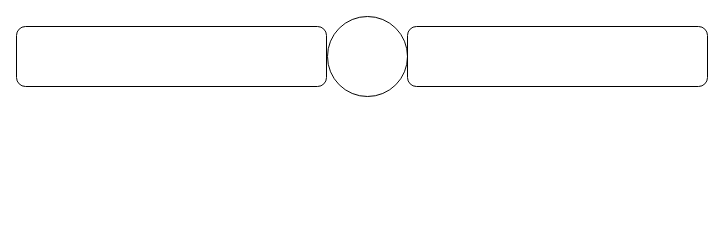
Earlier version of the draw.io diagram S0000085.drawio (nisaijie/saijieni). Source tidied: cells renumbered, new cells numbered last; positions are measured from the earlier drawing's top-left corner, leaving out a move shared by most shapes. Both pictures are drawn from the tidied source at 100%, with x=0, y=0 at pixel (16, 16).
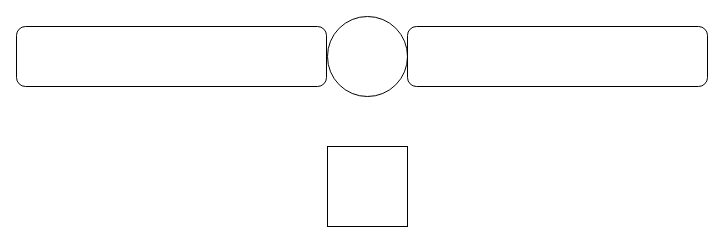
The same diagram, later.

Commit message:
S0000085.drawio を更新します

Diff of the diagram source:
```diff
@@
 <mxGraphModel>
   <root>
     <mxCell id="0" />
     <mxCell id="1" parent="0" />
     <mxCell id="2" style="ellipse;whiteSpace=wrap;html=1;" parent="1" vertex="1">
       <mxGeometry x="311" width="80" height="80" as="geometry" />
     </mxCell>
     <mxCell id="3" style="rounded=1;whiteSpace=wrap;html=1;" parent="1" vertex="1">
       <mxGeometry y="10" width="310" height="60" as="geometry" />
     </mxCell>
     <mxCell id="4" style="rounded=1;whiteSpace=wrap;html=1;" parent="1" vertex="1">
       <mxGeometry x="391" y="10" width="300" height="60" as="geometry" />
     </mxCell>
+    <mxCell id="5" style="whiteSpace=wrap;html=1;" parent="1" vertex="1">
+      <mxGeometry x="311" y="130" width="80" height="80" as="geometry" />
+    </mxCell>
   </root>
 </mxGraphModel>
```
